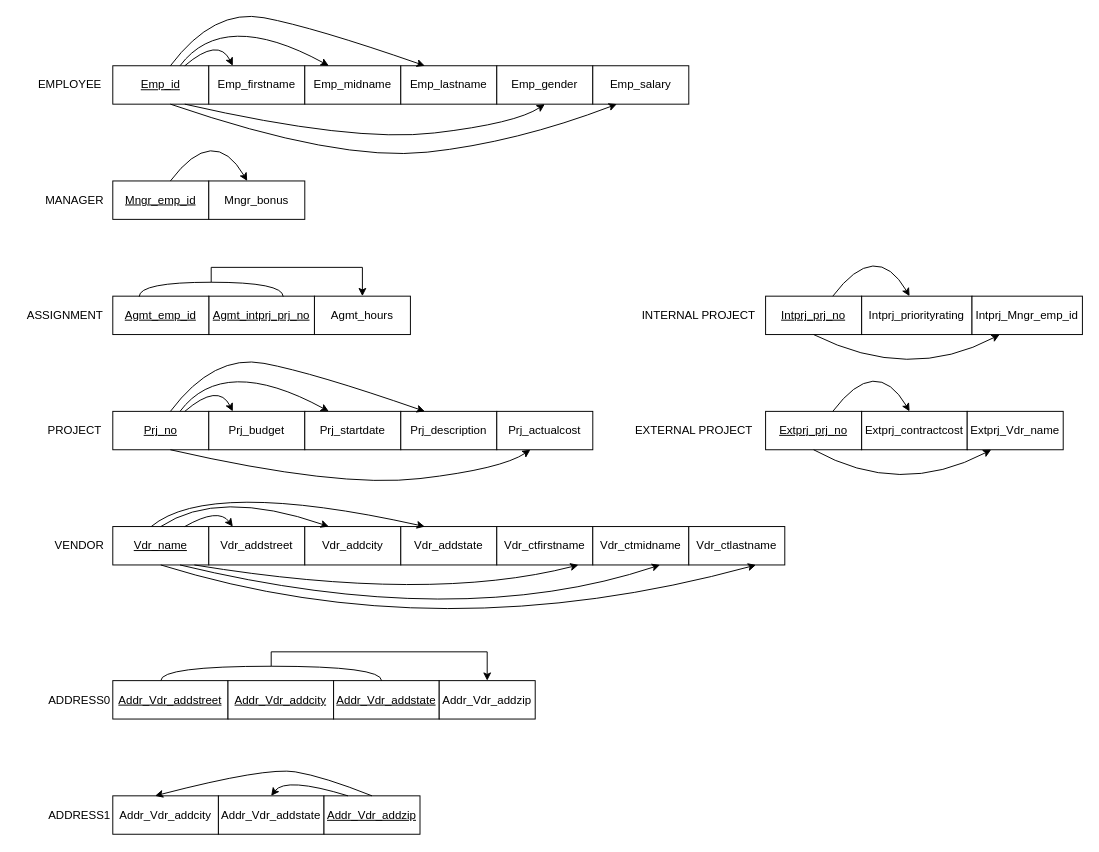
Before: isd_v1.drawio in LarryChenCode/IS7020_diagrams, a draw.io diagram. Source tidied: cells renumbered, new cells numbered last; positions are measured from the earlier drawing's top-left corner, leaving out a move shared by most shapes. Both pictures are drawn from the tidied source at 96%, with x=0, y=0 at pixel (16, 8).
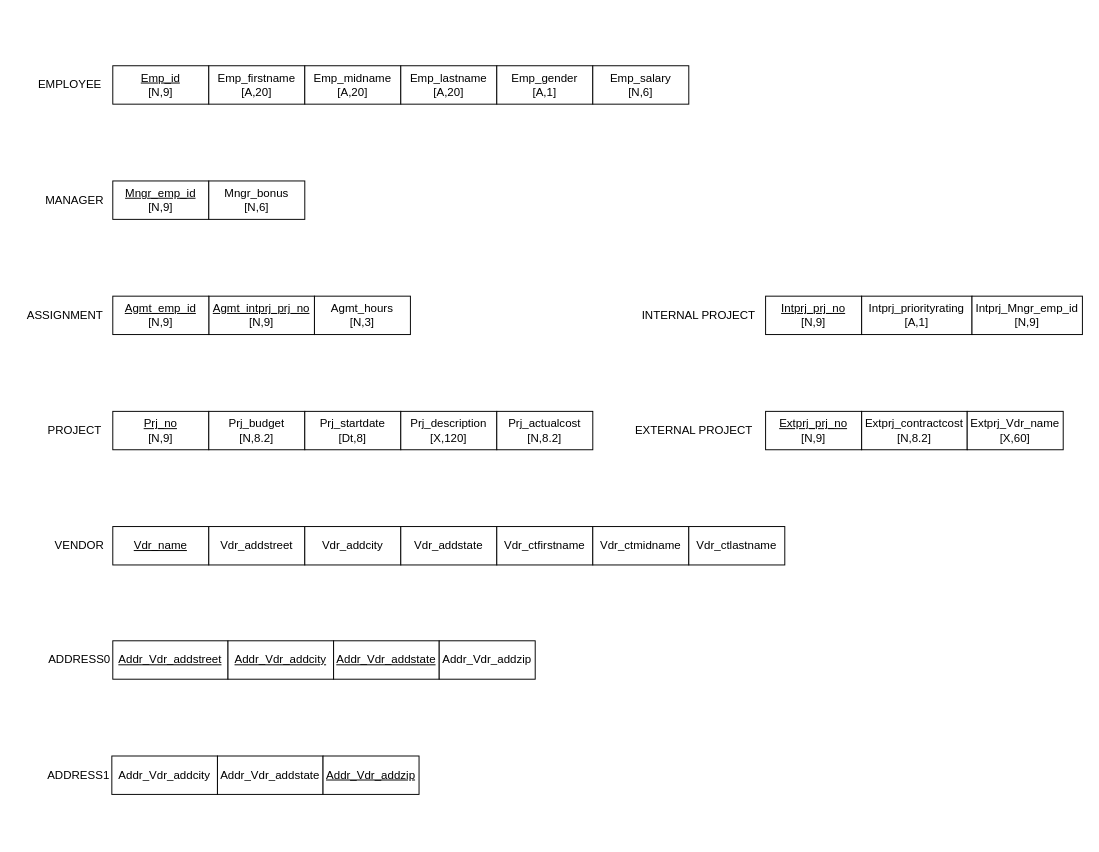
The same diagram, later.

The change refers to these unchanged cells:
```xml
<mxCell id="29" value="&lt;u&gt;Vdr_name&lt;/u&gt;" style="whiteSpace=wrap;html=1;align=center;" parent="1" vertex="1">
  <mxGeometry x="100" y="540" width="100" height="40" as="geometry" />
</mxCell>
<mxCell id="31" value="Vdr_addcity" style="whiteSpace=wrap;html=1;align=center;" parent="1" vertex="1">
  <mxGeometry x="300" y="540" width="100" height="40" as="geometry" />
</mxCell>
<mxCell id="32" value="Vdr_addstate" style="whiteSpace=wrap;html=1;align=center;" parent="1" vertex="1">
  <mxGeometry x="400" y="540" width="100" height="40" as="geometry" />
</mxCell>
```

What changed in the source:
```diff
@@
-    <mxCell id="3" value="&lt;u&gt;Emp_id&lt;/u&gt;" style="whiteSpace=wrap;html=1;align=center;" parent="1" vertex="1">
+    <mxCell id="3" value="&lt;u&gt;Emp_id&lt;/u&gt;&lt;div&gt;[N,9]&lt;/div&gt;" style="whiteSpace=wrap;html=1;align=center;" parent="1" vertex="1">
       <mxGeometry x="100" y="60" width="100" height="40" as="geometry" />
     </mxCell>
-    <mxCell id="4" value="Emp_firstname" style="whiteSpace=wrap;html=1;align=center;" parent="1" vertex="1">
+    <mxCell id="4" value="Emp_firstname&lt;div&gt;[A,20]&lt;br&gt;&lt;/div&gt;" style="whiteSpace=wrap;html=1;align=center;" parent="1" vertex="1">
       <mxGeometry x="200" y="60" width="100" height="40" as="geometry" />
     </mxCell>
-    <mxCell id="5" value="Emp_midname" style="whiteSpace=wrap;html=1;align=center;" parent="1" vertex="1">
+    <mxCell id="5" value="Emp_midname&lt;div&gt;[A,20]&lt;br&gt;&lt;/div&gt;" style="whiteSpace=wrap;html=1;align=center;" parent="1" vertex="1">
       <mxGeometry x="300" y="60" width="100" height="40" as="geometry" />
     </mxCell>
-    <mxCell id="6" value="Emp_lastname" style="whiteSpace=wrap;html=1;align=center;" parent="1" vertex="1">
+    <mxCell id="6" value="Emp_lastname&lt;div&gt;[A,20]&lt;br&gt;&lt;/div&gt;" style="whiteSpace=wrap;html=1;align=center;" parent="1" vertex="1">
       <mxGeometry x="400" y="60" width="100" height="40" as="geometry" />
     </mxCell>
@@
-    <mxCell id="8" value="&lt;u&gt;Mngr_emp_id&lt;/u&gt;" style="whiteSpace=wrap;html=1;align=center;" parent="1" vertex="1">
+    <mxCell id="8" value="&lt;u&gt;Mngr_emp_id&lt;/u&gt;&lt;div&gt;[N,9]&lt;/div&gt;" style="whiteSpace=wrap;html=1;align=center;" parent="1" vertex="1">
       <mxGeometry x="100" y="180" width="100" height="40" as="geometry" />
     </mxCell>
-    <mxCell id="9" value="Mngr_bonus" style="whiteSpace=wrap;html=1;align=center;" parent="1" vertex="1">
+    <mxCell id="9" value="Mngr_bonus&lt;div&gt;[N,6]&lt;/div&gt;" style="whiteSpace=wrap;html=1;align=center;" parent="1" vertex="1">
       <mxGeometry x="200" y="180" width="100" height="40" as="geometry" />
     </mxCell>
@@
-    <mxCell id="11" value="Agmt_hours" style="whiteSpace=wrap;html=1;align=center;" parent="1" vertex="1">
+    <mxCell id="11" value="Agmt_hours&lt;div&gt;[N,3]&lt;/div&gt;" style="whiteSpace=wrap;html=1;align=center;" parent="1" vertex="1">
       <mxGeometry x="310" y="300" width="100" height="40" as="geometry" />
     </mxCell>
-    <mxCell id="12" value="Emp_gender" style="whiteSpace=wrap;html=1;align=center;" parent="1" vertex="1">
+    <mxCell id="12" value="Emp_gender&lt;div&gt;[A,1]&lt;/div&gt;" style="whiteSpace=wrap;html=1;align=center;" parent="1" vertex="1">
       <mxGeometry x="500" y="60" width="100" height="40" as="geometry" />
     </mxCell>
-    <mxCell id="13" value="Emp_salary" style="whiteSpace=wrap;html=1;align=center;" parent="1" vertex="1">
+    <mxCell id="13" value="Emp_salary&lt;div&gt;[N,6]&lt;/div&gt;" style="whiteSpace=wrap;html=1;align=center;" parent="1" vertex="1">
       <mxGeometry x="600" y="60" width="100" height="40" as="geometry" />
     </mxCell>
@@
-    <mxCell id="15" value="Intprj_priorityrating" style="whiteSpace=wrap;html=1;align=center;" parent="1" vertex="1">
+    <mxCell id="15" value="Intprj_priorityrating&lt;div&gt;[A,1]&lt;/div&gt;" style="whiteSpace=wrap;html=1;align=center;" parent="1" vertex="1">
       <mxGeometry x="880" y="300" width="115" height="40" as="geometry" />
     </mxCell>
@@
-    <mxCell id="17" value="Extprj_contractcost" style="whiteSpace=wrap;html=1;align=center;" parent="1" vertex="1">
+    <mxCell id="17" value="Extprj_contractcost&lt;div&gt;[N,8.2]&lt;/div&gt;" style="whiteSpace=wrap;html=1;align=center;" parent="1" vertex="1">
       <mxGeometry x="880" y="420" width="110" height="40" as="geometry" />
     </mxCell>
@@
-    <mxCell id="19" value="&lt;u&gt;Prj_no&lt;/u&gt;" style="whiteSpace=wrap;html=1;align=center;" parent="1" vertex="1">
+    <mxCell id="19" value="&lt;u&gt;Prj_no&lt;/u&gt;&lt;div&gt;[N,9]&lt;/div&gt;" style="whiteSpace=wrap;html=1;align=center;" parent="1" vertex="1">
       <mxGeometry x="100" y="420" width="100" height="40" as="geometry" />
     </mxCell>
-    <mxCell id="20" value="Prj_budget" style="whiteSpace=wrap;html=1;align=center;" parent="1" vertex="1">
+    <mxCell id="20" value="Prj_budget&lt;div&gt;[N,8.2]&lt;/div&gt;" style="whiteSpace=wrap;html=1;align=center;" parent="1" vertex="1">
       <mxGeometry x="200" y="420" width="100" height="40" as="geometry" />
     </mxCell>
-    <mxCell id="21" value="Prj_startdate" style="whiteSpace=wrap;html=1;align=center;" parent="1" vertex="1">
+    <mxCell id="21" value="Prj_startdate&lt;div&gt;[Dt,8]&lt;/div&gt;" style="whiteSpace=wrap;html=1;align=center;" parent="1" vertex="1">
       <mxGeometry x="300" y="420" width="100" height="40" as="geometry" />
     </mxCell>
-    <mxCell id="22" value="Prj_description" style="whiteSpace=wrap;html=1;align=center;" parent="1" vertex="1">
+    <mxCell id="22" value="Prj_description&lt;div&gt;[X,120]&lt;/div&gt;" style="whiteSpace=wrap;html=1;align=center;" parent="1" vertex="1">
       <mxGeometry x="400" y="420" width="100" height="40" as="geometry" />
     </mxCell>
-    <mxCell id="23" value="Prj_actualcost" style="whiteSpace=wrap;html=1;align=center;" parent="1" vertex="1">
+    <mxCell id="23" value="Prj_actualcost&lt;div&gt;[N,8.2]&lt;/div&gt;" style="whiteSpace=wrap;html=1;align=center;" parent="1" vertex="1">
       <mxGeometry x="500" y="420" width="100" height="40" as="geometry" />
     </mxCell>
-    <mxCell id="24" value="&lt;u&gt;Intprj_prj_no&lt;/u&gt;" style="whiteSpace=wrap;html=1;align=center;" parent="1" vertex="1">
+    <mxCell id="24" value="&lt;u&gt;Intprj_prj_no&lt;/u&gt;&lt;div&gt;[N,9]&lt;/div&gt;" style="whiteSpace=wrap;html=1;align=center;" parent="1" vertex="1">
       <mxGeometry x="780" y="300" width="100" height="40" as="geometry" />
     </mxCell>
-    <mxCell id="25" value="&lt;u&gt;Extprj_prj_no&lt;/u&gt;" style="whiteSpace=wrap;html=1;align=center;" parent="1" vertex="1">
+    <mxCell id="25" value="&lt;u&gt;Extprj_prj_no&lt;/u&gt;&lt;div&gt;[N,9]&lt;/div&gt;" style="whiteSpace=wrap;html=1;align=center;" parent="1" vertex="1">
       <mxGeometry x="780" y="420" width="100" height="40" as="geometry" />
     </mxCell>
-    <mxCell id="26" value="&lt;u&gt;Agmt_intprj_prj_no&lt;/u&gt;" style="whiteSpace=wrap;html=1;align=center;" parent="1" vertex="1">
+    <mxCell id="26" value="&lt;u&gt;Agmt_intprj_prj_no&lt;/u&gt;&lt;div&gt;[N,9]&lt;/div&gt;" style="whiteSpace=wrap;html=1;align=center;" parent="1" vertex="1">
       <mxGeometry x="200" y="300" width="110" height="40" as="geometry" />
     </mxCell>
-    <mxCell id="27" value="&lt;u&gt;Agmt_emp_id&lt;/u&gt;" style="whiteSpace=wrap;html=1;align=center;" parent="1" vertex="1">
+    <mxCell id="27" value="&lt;u&gt;Agmt_emp_id&lt;/u&gt;&lt;div&gt;[N,9]&lt;/div&gt;" style="whiteSpace=wrap;html=1;align=center;" parent="1" vertex="1">
       <mxGeometry x="100" y="300" width="100" height="40" as="geometry" />
     </mxCell>
@@
-    <mxCell id="36" style="curved=1;endArrow=classic;html=1;rounded=0;exitX=0.75;exitY=0;exitDx=0;exitDy=0;entryX=0.25;entryY=0;entryDx=0;entryDy=0;" parent="1" edge="1" source="3" target="4">
-      <mxGeometry relative="1" as="geometry">
-        <Array as="points">
-          <mxPoint x="210" y="30" />
-        </Array>
-      </mxGeometry>
-    </mxCell>
-    <mxCell id="37" style="curved=1;endArrow=classic;html=1;rounded=0;exitX=0.25;exitY=0;exitDx=0;exitDy=0;entryX=0.25;entryY=0;entryDx=0;entryDy=0;" parent="1" edge="1" target="5">
-      <mxGeometry relative="1" as="geometry">
-        <mxPoint x="170" y="60" as="sourcePoint" />
-        <Array as="points">
-          <mxPoint x="215" />
-        </Array>
-      </mxGeometry>
-    </mxCell>
-    <mxCell id="38" style="curved=1;endArrow=classic;html=1;rounded=0;entryX=0.25;entryY=0;entryDx=0;entryDy=0;" parent="1" edge="1" target="6">
-      <mxGeometry relative="1" as="geometry">
-        <mxPoint x="160" y="60" as="sourcePoint" />
-        <Array as="points">
-          <mxPoint x="205" />
-          <mxPoint x="310" y="20" />
-        </Array>
-      </mxGeometry>
-    </mxCell>
-    <mxCell id="39" style="curved=1;endArrow=classic;html=1;rounded=0;exitX=0.75;exitY=1;exitDx=0;exitDy=0;entryX=0.5;entryY=1;entryDx=0;entryDy=0;" parent="1" edge="1" source="3" target="12">
-      <mxGeometry relative="1" as="geometry">
-        <Array as="points">
-          <mxPoint x="350" y="140" />
-          <mxPoint x="520" y="120" />
-        </Array>
-      </mxGeometry>
-    </mxCell>
-    <mxCell id="40" style="curved=1;endArrow=classic;html=1;rounded=0;exitX=0.75;exitY=1;exitDx=0;exitDy=0;entryX=0.25;entryY=1;entryDx=0;entryDy=0;" parent="1" edge="1" target="13">
-      <mxGeometry relative="1" as="geometry">
-        <mxPoint x="160" y="100" as="sourcePoint" />
-        <Array as="points">
-          <mxPoint x="335" y="160" />
-          <mxPoint x="520" y="140" />
-        </Array>
-      </mxGeometry>
-    </mxCell>
-    <mxCell id="41" style="curved=1;endArrow=classic;html=1;rounded=0;exitX=0.25;exitY=0;exitDx=0;exitDy=0;entryX=0.25;entryY=0;entryDx=0;entryDy=0;" parent="1" edge="1">
-      <mxGeometry relative="1" as="geometry">
-        <mxPoint x="160" y="180" as="sourcePoint" />
-        <mxPoint x="240" y="180" as="targetPoint" />
-        <Array as="points">
-          <mxPoint x="205" y="120" />
-        </Array>
-      </mxGeometry>
-    </mxCell>
-    <mxCell id="42" style="curved=1;endArrow=classic;html=1;rounded=0;exitX=0.25;exitY=0;exitDx=0;exitDy=0;entryX=0.25;entryY=0;entryDx=0;entryDy=0;" parent="1" edge="1">
-      <mxGeometry relative="1" as="geometry">
-        <mxPoint x="850" y="300" as="sourcePoint" />
-        <mxPoint x="930" y="300" as="targetPoint" />
-        <Array as="points">
-          <mxPoint x="895" y="240" />
-        </Array>
-      </mxGeometry>
-    </mxCell>
-    <mxCell id="43" style="curved=1;endArrow=classic;html=1;rounded=0;exitX=0.25;exitY=0;exitDx=0;exitDy=0;entryX=0.25;entryY=0;entryDx=0;entryDy=0;" parent="1" edge="1">
-      <mxGeometry relative="1" as="geometry">
-        <mxPoint x="850" y="420" as="sourcePoint" />
-        <mxPoint x="930" y="420" as="targetPoint" />
-        <Array as="points">
-          <mxPoint x="895" y="360" />
-        </Array>
-      </mxGeometry>
-    </mxCell>
-    <mxCell id="44" style="curved=1;endArrow=classic;html=1;rounded=0;exitX=0.75;exitY=0;exitDx=0;exitDy=0;entryX=0.25;entryY=0;entryDx=0;entryDy=0;" parent="1" edge="1">
-      <mxGeometry relative="1" as="geometry">
-        <mxPoint x="175" y="420" as="sourcePoint" />
-        <mxPoint x="225" y="420" as="targetPoint" />
-        <Array as="points">
-          <mxPoint x="210" y="390" />
-        </Array>
-      </mxGeometry>
-    </mxCell>
-    <mxCell id="45" style="curved=1;endArrow=classic;html=1;rounded=0;exitX=0.25;exitY=0;exitDx=0;exitDy=0;entryX=0.25;entryY=0;entryDx=0;entryDy=0;" parent="1" edge="1">
-      <mxGeometry relative="1" as="geometry">
-        <mxPoint x="170" y="420" as="sourcePoint" />
-        <mxPoint x="325" y="420" as="targetPoint" />
-        <Array as="points">
-          <mxPoint x="215" y="360" />
-        </Array>
-      </mxGeometry>
-    </mxCell>
-    <mxCell id="46" style="curved=1;endArrow=classic;html=1;rounded=0;entryX=0.25;entryY=0;entryDx=0;entryDy=0;" parent="1" edge="1">
-      <mxGeometry relative="1" as="geometry">
-        <mxPoint x="160" y="420" as="sourcePoint" />
-        <mxPoint x="425" y="420" as="targetPoint" />
-        <Array as="points">
-          <mxPoint x="205" y="360" />
-          <mxPoint x="310" y="380" />
-        </Array>
-      </mxGeometry>
-    </mxCell>
-    <mxCell id="47" style="curved=1;endArrow=classic;html=1;rounded=0;exitX=0.75;exitY=1;exitDx=0;exitDy=0;entryX=0.5;entryY=1;entryDx=0;entryDy=0;" parent="1" edge="1">
-      <mxGeometry relative="1" as="geometry">
-        <mxPoint x="160" y="460" as="sourcePoint" />
-        <mxPoint x="535" y="460" as="targetPoint" />
-        <Array as="points">
-          <mxPoint x="335" y="500" />
-          <mxPoint x="505" y="480" />
-        </Array>
-      </mxGeometry>
-    </mxCell>
-    <mxCell id="48" style="curved=1;endArrow=classic;html=1;rounded=0;exitX=0.75;exitY=0;exitDx=0;exitDy=0;" parent="1" edge="1" source="29">
-      <mxGeometry relative="1" as="geometry">
-        <mxPoint x="225" y="540" as="targetPoint" />
-        <Array as="points">
-          <mxPoint x="210" y="520" />
-        </Array>
-      </mxGeometry>
-    </mxCell>
-    <mxCell id="49" style="curved=1;endArrow=classic;html=1;rounded=0;entryX=0.25;entryY=0;entryDx=0;entryDy=0;exitX=0.5;exitY=0;exitDx=0;exitDy=0;" parent="1" edge="1" source="29" target="31">
-      <mxGeometry relative="1" as="geometry">
-        <Array as="points">
-          <mxPoint x="210" y="500" />
-        </Array>
-      </mxGeometry>
-    </mxCell>
-    <mxCell id="50" style="curved=1;endArrow=classic;html=1;rounded=0;entryX=0.25;entryY=0;entryDx=0;entryDy=0;exitX=0.5;exitY=0;exitDx=0;exitDy=0;" parent="1" edge="1" target="32">
-      <mxGeometry relative="1" as="geometry">
-        <mxPoint x="140" y="540" as="sourcePoint" />
-        <Array as="points">
-          <mxPoint x="200" y="490" />
-        </Array>
-      </mxGeometry>
-    </mxCell>
-    <mxCell id="51" style="curved=1;endArrow=classic;html=1;rounded=0;entryX=0.75;entryY=1;entryDx=0;entryDy=0;exitX=0.75;exitY=1;exitDx=0;exitDy=0;" parent="1" edge="1">
-      <mxGeometry relative="1" as="geometry">
-        <mxPoint x="185" y="580" as="sourcePoint" />
-        <mxPoint x="585" y="580" as="targetPoint" />
-        <Array as="points">
-          <mxPoint x="430" y="620" />
-        </Array>
-      </mxGeometry>
-    </mxCell>
-    <mxCell id="52" style="curved=1;endArrow=classic;html=1;rounded=0;entryX=0.5;entryY=1;entryDx=0;entryDy=0;exitX=0.5;exitY=1;exitDx=0;exitDy=0;" parent="1" edge="1">
-      <mxGeometry relative="1" as="geometry">
-        <mxPoint x="170" y="580" as="sourcePoint" />
-        <mxPoint x="670" y="580" as="targetPoint" />
-        <Array as="points">
-          <mxPoint x="460" y="650" />
-        </Array>
-      </mxGeometry>
-    </mxCell>
-    <mxCell id="53" style="curved=1;endArrow=classic;html=1;rounded=0;entryX=0.5;entryY=1;entryDx=0;entryDy=0;exitX=0.5;exitY=1;exitDx=0;exitDy=0;" parent="1" edge="1">
-      <mxGeometry relative="1" as="geometry">
-        <mxPoint x="150" y="580" as="sourcePoint" />
-        <mxPoint x="770" y="580" as="targetPoint" />
-        <Array as="points">
-          <mxPoint x="440" y="670" />
-        </Array>
-      </mxGeometry>
-    </mxCell>
     <mxCell id="54" value="ADDRESS1" style="text;html=1;align=center;verticalAlign=middle;strokeColor=none;fillColor=none;" parent="1" vertex="1">
-      <mxGeometry x="20" y="825.5" width="90" height="30" as="geometry" />
+      <mxGeometry x="19" y="784" width="90" height="30" as="geometry" />
     </mxCell>
     <mxCell id="55" value="Addr_Vdr_addcity" style="whiteSpace=wrap;html=1;align=center;" parent="1" vertex="1">
-      <mxGeometry x="100" y="820.5" width="110" height="40" as="geometry" />
+      <mxGeometry x="99" y="779" width="110" height="40" as="geometry" />
     </mxCell>
     <mxCell id="56" value="Addr_Vdr_addstate" style="whiteSpace=wrap;html=1;align=center;" parent="1" vertex="1">
-      <mxGeometry x="210" y="820.5" width="110" height="40" as="geometry" />
+      <mxGeometry x="209" y="779" width="110" height="40" as="geometry" />
     </mxCell>
     <mxCell id="57" value="&lt;u&gt;Addr_Vdr_addzip&lt;/u&gt;" style="whiteSpace=wrap;html=1;align=center;" parent="1" vertex="1">
-      <mxGeometry x="320" y="820.5" width="100" height="40" as="geometry" />
+      <mxGeometry x="319" y="779" width="100" height="40" as="geometry" />
     </mxCell>
-    <mxCell id="58" style="curved=1;endArrow=classic;html=1;rounded=0;exitX=0.5;exitY=0;exitDx=0;exitDy=0;entryX=0.4;entryY=0;entryDx=0;entryDy=0;entryPerimeter=0;" parent="1" edge="1" source="57" target="55">
-      <mxGeometry relative="1" as="geometry">
-        <Array as="points">
-          <mxPoint x="320" y="800.5" />
-          <mxPoint x="260" y="790.5" />
-        </Array>
-      </mxGeometry>
-    </mxCell>
-    <mxCell id="59" style="curved=1;endArrow=classic;html=1;rounded=0;exitX=0.25;exitY=0;exitDx=0;exitDy=0;entryX=0.5;entryY=0;entryDx=0;entryDy=0;" parent="1" edge="1" source="57" target="56">
-      <mxGeometry relative="1" as="geometry">
-        <Array as="points">
-          <mxPoint x="280" y="800.5" />
-        </Array>
-      </mxGeometry>
-    </mxCell>
     <mxCell id="60" value="ADDRESS0" style="text;html=1;align=center;verticalAlign=middle;strokeColor=none;fillColor=none;" parent="1" vertex="1">
-      <mxGeometry x="20" y="705.5" width="90" height="30" as="geometry" />
+      <mxGeometry x="20" y="664" width="90" height="30" as="geometry" />
     </mxCell>
     <mxCell id="61" value="&lt;u&gt;Addr_Vdr_addstreet&lt;/u&gt;" style="whiteSpace=wrap;html=1;align=center;" parent="1" vertex="1">
-      <mxGeometry x="100" y="700.5" width="120" height="40" as="geometry" />
+      <mxGeometry x="100" y="659" width="120" height="40" as="geometry" />
     </mxCell>
     <mxCell id="62" value="&lt;u&gt;Addr_Vdr_addcity&lt;/u&gt;" style="whiteSpace=wrap;html=1;align=center;" parent="1" vertex="1">
-      <mxGeometry x="220" y="700.5" width="110" height="40" as="geometry" />
+      <mxGeometry x="220" y="659" width="110" height="40" as="geometry" />
     </mxCell>
     <mxCell id="63" value="&lt;u&gt;Addr_Vdr_addstate&lt;/u&gt;" style="whiteSpace=wrap;html=1;align=center;" parent="1" vertex="1">
-      <mxGeometry x="330" y="700.5" width="110" height="40" as="geometry" />
+      <mxGeometry x="330" y="659" width="110" height="40" as="geometry" />
     </mxCell>
     <mxCell id="64" value="Addr_Vdr_addzip" style="whiteSpace=wrap;html=1;align=center;" parent="1" vertex="1">
-      <mxGeometry x="440" y="700.5" width="100" height="40" as="geometry" />
+      <mxGeometry x="440" y="659" width="100" height="40" as="geometry" />
     </mxCell>
-    <mxCell id="65" style="edgeStyle=orthogonalEdgeStyle;rounded=0;jettySize=auto;html=1;exitX=1;exitY=0.5;exitDx=0;exitDy=0;exitPerimeter=0;entryX=0.5;entryY=0;entryDx=0;entryDy=0;" parent="1" edge="1" source="66" target="64">
-      <mxGeometry relative="1" as="geometry">
-        <Array as="points">
-          <mxPoint x="265" y="670.5" />
-          <mxPoint x="490" y="670.5" />
-        </Array>
-      </mxGeometry>
-    </mxCell>
-    <mxCell id="66" style="shape=requiredInterface;html=1;verticalLabelPosition=bottom;sketch=0;rotation=-90;" parent="1" vertex="1">
-      <mxGeometry x="257.5" y="578" width="15" height="230" as="geometry" />
-    </mxCell>
-    <mxCell id="67" style="edgeStyle=orthogonalEdgeStyle;rounded=0;jettySize=auto;html=1;exitX=1;exitY=0.5;exitDx=0;exitDy=0;exitPerimeter=0;" parent="1" edge="1" source="68">
-      <mxGeometry relative="1" as="geometry">
-        <mxPoint x="360" y="300" as="targetPoint" />
-        <Array as="points">
-          <mxPoint x="202" y="270" />
-          <mxPoint x="360" y="270" />
-        </Array>
-      </mxGeometry>
-    </mxCell>
-    <mxCell id="68" style="shape=requiredInterface;html=1;verticalLabelPosition=bottom;sketch=0;rotation=-90;" parent="1" vertex="1">
-      <mxGeometry x="195" y="218" width="15" height="150" as="geometry" />
-    </mxCell>
-    <mxCell id="69" value="Extprj_Vdr_name" style="whiteSpace=wrap;html=1;align=center;" parent="1" vertex="1">
+    <mxCell id="69" value="Extprj_Vdr_name&lt;div&gt;[X,60]&lt;/div&gt;" style="whiteSpace=wrap;html=1;align=center;" parent="1" vertex="1">
       <mxGeometry x="990" y="420" width="100" height="40" as="geometry" />
     </mxCell>
-    <mxCell id="70" style="curved=1;endArrow=classic;html=1;rounded=0;exitX=0.5;exitY=1;exitDx=0;exitDy=0;entryX=0.25;entryY=1;entryDx=0;entryDy=0;" parent="1" edge="1" source="25" target="69">
-      <mxGeometry relative="1" as="geometry">
-        <Array as="points">
-          <mxPoint x="920" y="510" />
-        </Array>
-      </mxGeometry>
-    </mxCell>
-    <mxCell id="71" value="Intprj_Mngr_emp_id" style="whiteSpace=wrap;html=1;align=center;" parent="1" vertex="1">
+    <mxCell id="71" value="Intprj_Mngr_emp_id&lt;div&gt;[N,9]&lt;/div&gt;" style="whiteSpace=wrap;html=1;align=center;" parent="1" vertex="1">
       <mxGeometry x="995" y="300" width="115" height="40" as="geometry" />
     </mxCell>
-    <mxCell id="72" style="curved=1;endArrow=classic;html=1;rounded=0;exitX=0.5;exitY=1;exitDx=0;exitDy=0;entryX=0.25;entryY=1;entryDx=0;entryDy=0;" parent="1" edge="1" source="24" target="71">
-      <mxGeometry relative="1" as="geometry">
-        <Array as="points">
-          <mxPoint x="930" y="390" />
-        </Array>
-      </mxGeometry>
-    </mxCell>
```
